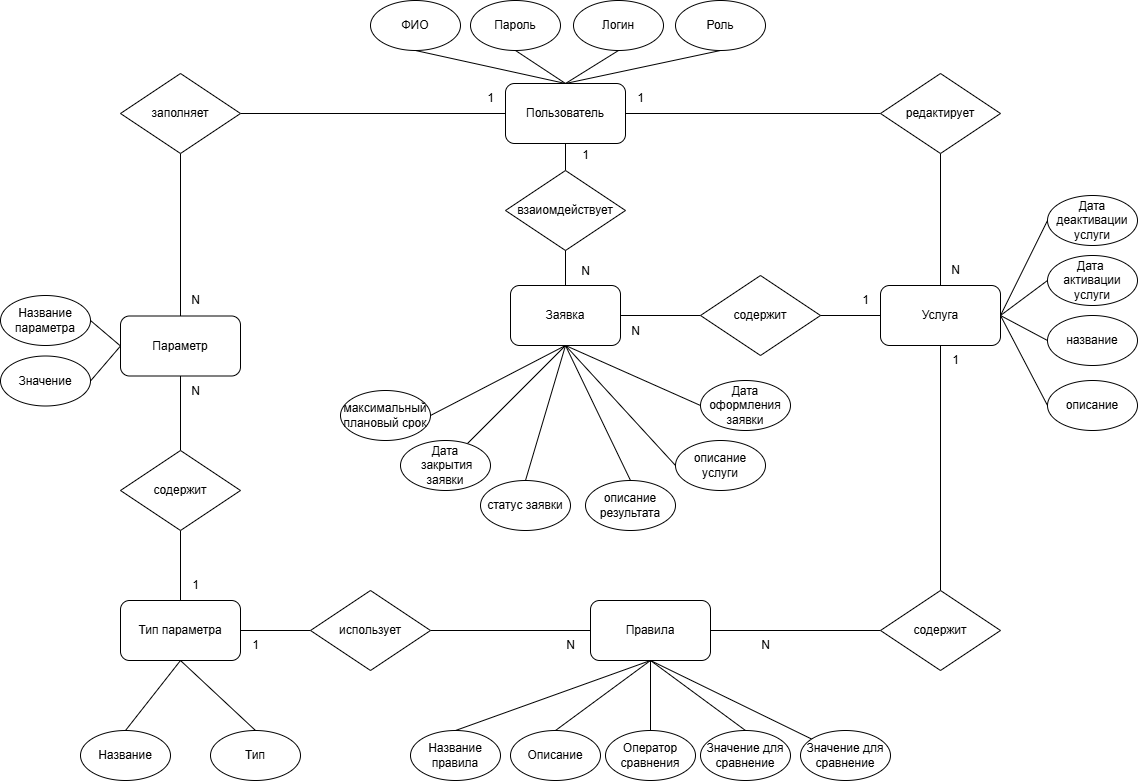
This is erd diargam/erd.png from IliaKataev/KataevZvedenuk, a draw.io export, as it was before one commit. Source tidied: cells renumbered, new cells last; positions are measured from the earlier drawing's top-left corner, leaving out a move shared by most shapes.
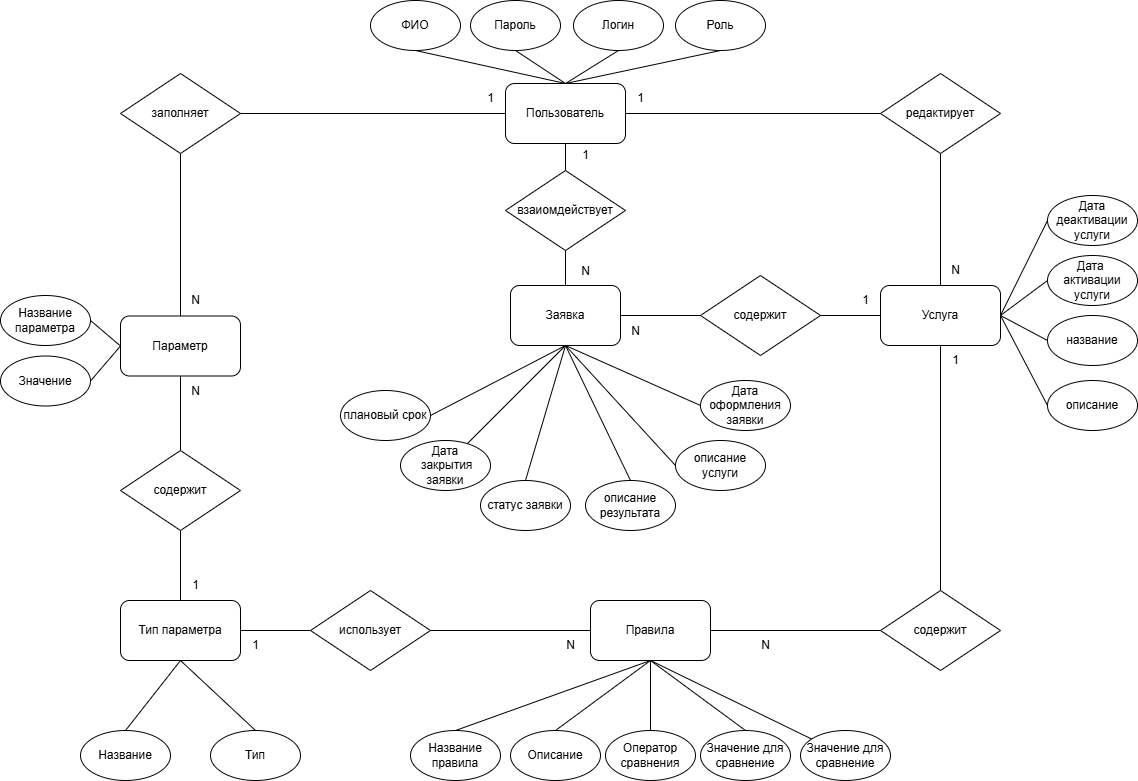
Above is the later version.

Commit message:
забыл исправить

The edit, as a diff of the source:
```diff
@@ -215,7 +215,7 @@
     <mxCell id="72" style="rounded=0;jettySize=auto;html=1;exitX=1;exitY=0.5;exitDx=0;exitDy=0;entryX=0.5;entryY=1;entryDx=0;entryDy=0;endArrow=none;startFill=0;" parent="1" edge="1" source="73" target="44">
       <mxGeometry relative="1" as="geometry" />
     </mxCell>
-    <mxCell id="73" value="максимальный плановый срок" style="ellipse;whiteSpace=wrap;html=1;" parent="1" vertex="1">
+    <mxCell id="73" value="плановый срок" style="ellipse;whiteSpace=wrap;html=1;" parent="1" vertex="1">
       <mxGeometry x="340" y="390" width="90" height="50" as="geometry" />
     </mxCell>
     <mxCell id="74" style="edgeStyle=orthogonalEdgeStyle;rounded=0;orthogonalLoop=1;jettySize=auto;html=1;exitX=0.5;exitY=1;exitDx=0;exitDy=0;" parent="1" edge="1" source="52" target="52">
```
